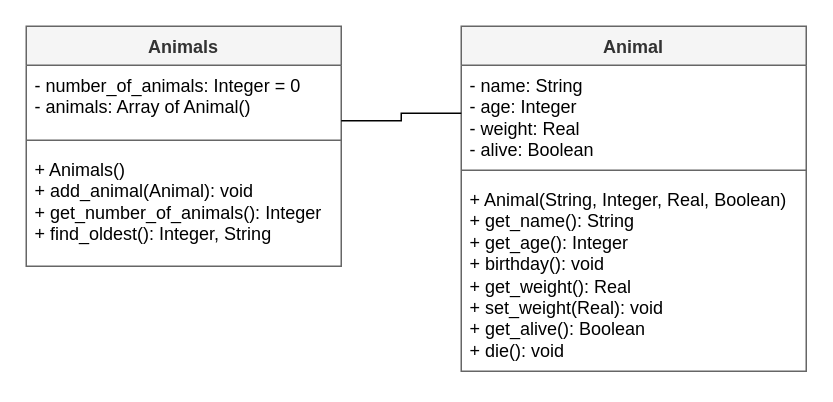
The draw.io diagram page "class2" (3 of 7) of ah-cs/sdd/AH-SDD-Animals/assets/diagrams/AH-SDD-Animals.drawio in MrFriendCS/MrFriendCS.github.io, before the edit. Source tidied: cells renumbered, new cells numbered last; positions are measured from the earlier drawing's top-left corner, leaving out a move shared by most shapes. Both pictures are drawn from the tidied source at 150%, with x=0, y=0 at pixel (26, 26).
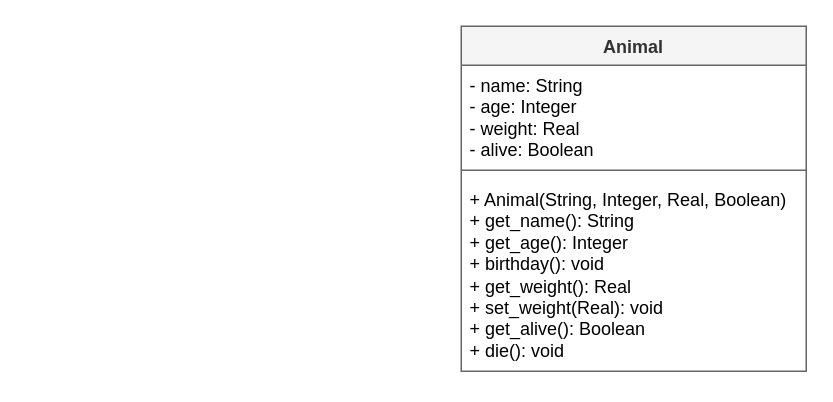
The same page after the edit.

Diff of the diagram source:
```diff
@@
 <mxGraphModel>
   <root>
     <mxCell id="0" />
     <mxCell id="1" parent="0" />
-    <mxCell id="2" value="Animals" style="swimlane;fontStyle=1;align=center;verticalAlign=top;horizontal=1;startSize=26;whiteSpace=wrap;html=1;fillColor=#f5f5f5;fontColor=#333333;strokeColor=#666666;" parent="1" vertex="1">
-      <mxGeometry width="210" height="160" as="geometry" />
-    </mxCell>
-    <mxCell id="3" value="&lt;div&gt;- number_of_animals: Integer = 0&lt;/div&gt;&lt;div&gt;- animals: Array of Animal()&lt;/div&gt;" style="text;strokeColor=none;fillColor=none;align=left;verticalAlign=top;spacingLeft=4;spacingRight=4;overflow=hidden;points=[[0,0.5],[1,0.5]];portConstraint=eastwest;whiteSpace=wrap;html=1;" parent="2" vertex="1">
-      <mxGeometry y="26" width="210" height="44" as="geometry" />
-    </mxCell>
-    <mxCell id="4" style="line;strokeWidth=1;fillColor=none;align=left;verticalAlign=middle;spacingTop=-1;spacingLeft=3;spacingRight=3;labelPosition=right;strokeColor=inherit;" parent="2" vertex="1">
-      <mxGeometry y="70" width="210" height="12" as="geometry" />
-    </mxCell>
-    <mxCell id="5" value="+ Animals()&lt;div&gt;+ add_animal(Animal): void&lt;/div&gt;&lt;div&gt;+ get_number_of_animals(): Integer&lt;br&gt;&lt;div&gt;+ find_oldest(): Integer, String&lt;/div&gt;&lt;/div&gt;" style="text;strokeColor=none;fillColor=none;align=left;verticalAlign=top;spacingLeft=4;spacingRight=4;overflow=hidden;whiteSpace=wrap;html=1;" parent="2" vertex="1">
-      <mxGeometry y="82" width="210" height="78" as="geometry" />
-    </mxCell>
     <mxCell id="6" value="Animal" style="swimlane;fontStyle=1;align=center;verticalAlign=top;horizontal=1;startSize=26;whiteSpace=wrap;html=1;fillColor=#f5f5f5;fontColor=#333333;strokeColor=#666666;" parent="1" vertex="1">
       <mxGeometry x="290" width="230" height="230" as="geometry" />
     </mxCell>
     <mxCell id="7" value="- name: String&lt;div&gt;- age: Integer&lt;/div&gt;&lt;div&gt;- weight: Real&lt;/div&gt;&lt;div&gt;- alive: Boolean&lt;/div&gt;" style="text;strokeColor=none;fillColor=none;align=left;verticalAlign=top;spacingLeft=4;spacingRight=4;overflow=hidden;points=[[0,0.5],[1,0.5]];portConstraint=eastwest;whiteSpace=wrap;html=1;" parent="6" vertex="1">
       <mxGeometry y="26" width="230" height="64" as="geometry" />
     </mxCell>
     <mxCell id="8" style="line;strokeWidth=1;fillColor=none;align=left;verticalAlign=middle;spacingTop=-1;spacingLeft=3;spacingRight=3;labelPosition=right;strokeColor=inherit;" parent="6" vertex="1">
       <mxGeometry y="90" width="230" height="12" as="geometry" />
     </mxCell>
     <mxCell id="9" value="+ Animal(String, Integer, Real, Boolean)&lt;div&gt;+ get_name(): String&lt;/div&gt;&lt;div&gt;+ get_age(): Integer&lt;/div&gt;&lt;div&gt;+ birthday(): void&lt;/div&gt;&lt;div&gt;+ get_weight(): Real&lt;/div&gt;&lt;div&gt;+ set_weight(Real): void&lt;/div&gt;&lt;div&gt;+ get_alive(): Boolean&lt;/div&gt;&lt;div&gt;+ die(): void&lt;/div&gt;" style="text;strokeColor=none;fillColor=none;align=left;verticalAlign=top;spacingLeft=4;spacingRight=4;overflow=hidden;whiteSpace=wrap;html=1;" parent="6" vertex="1">
       <mxGeometry y="102" width="230" height="128" as="geometry" />
     </mxCell>
-    <mxCell id="10" style="edgeStyle=orthogonalEdgeStyle;rounded=0;jettySize=auto;html=1;exitX=1;exitY=0.841;exitDx=0;exitDy=0;entryX=0;entryY=0.5;entryDx=0;entryDy=0;endArrow=none;endFill=0;exitPerimeter=0;" parent="1" edge="1" source="3" target="7">
-      <mxGeometry relative="1" as="geometry" />
-    </mxCell>
   </root>
 </mxGraphModel>
```
